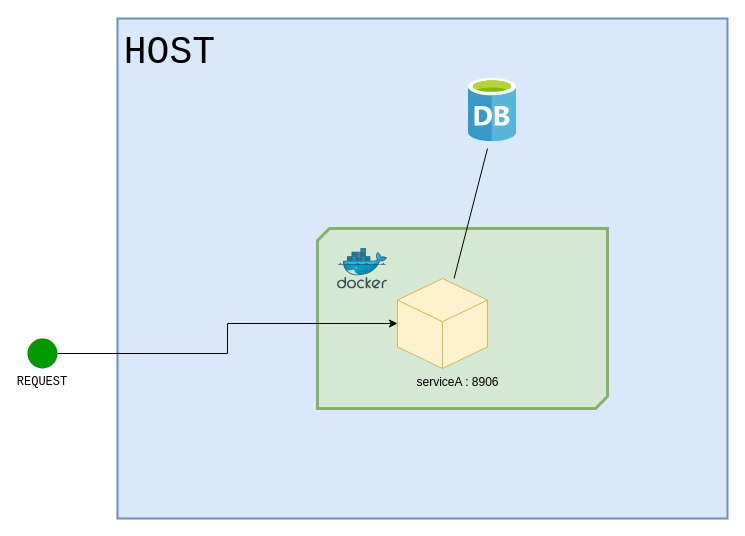
Earlier version of the draw.io diagram _dockers/dev/dev1.drawio (ezra-dalimunthe/reading-point-auth). Source tidied: cells renumbered, new cells numbered last; positions are measured from the earlier drawing's top-left corner, leaving out a move shared by most shapes. Both pictures are drawn from the tidied source at 100%, with x=0, y=0 at pixel (27, 18).
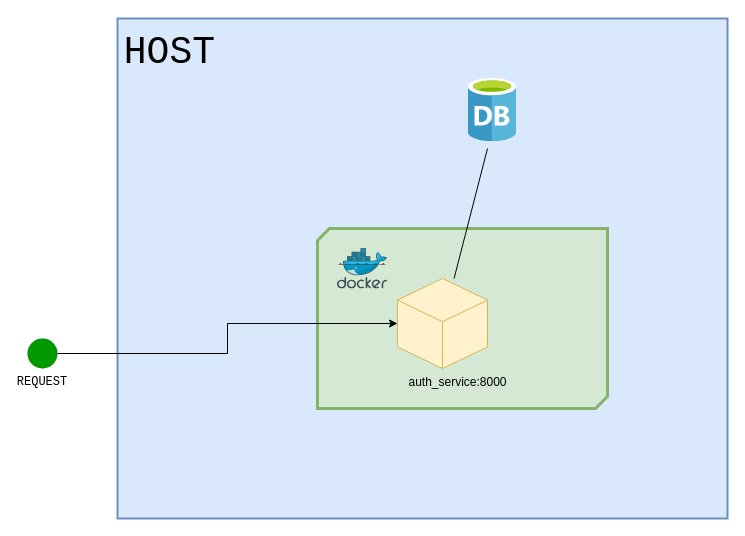
The same page after the edit.

The edit, as a diff of the source:
```diff
@@
 <mxGraphModel>
   <root>
     <mxCell id="0" />
     <mxCell id="1" parent="0" />
     <mxCell id="2" value="HOST" style="rounded=0;shadow=0;labelBackgroundColor=none;labelBorderColor=none;fillStyle=solid;strokeWidth=2;fontFamily=Courier New;fontSize=38;fillColor=#dae8fc;labelPosition=left;verticalLabelPosition=top;align=right;verticalAlign=bottom;strokeColor=#6c8ebf;whiteSpace=wrap;spacingBottom=-60;spacingLeft=0;spacingRight=-100;" parent="1" vertex="1">
       <mxGeometry x="90" width="610" height="500" as="geometry" />
     </mxCell>
     <mxCell id="3" style="verticalLabelPosition=bottom;verticalAlign=top;html=1;shape=mxgraph.basic.diag_snip_rect;dx=6;shadow=0;labelBackgroundColor=none;labelBorderColor=none;fillStyle=solid;strokeColor=#82b366;strokeWidth=3;fontFamily=Courier New;fontSize=38;fillColor=#d5e8d4;" parent="1" vertex="1">
       <mxGeometry x="290" y="210" width="290" height="180" as="geometry" />
     </mxCell>
     <mxCell id="4" style="edgeStyle=orthogonalEdgeStyle;rounded=0;jettySize=auto;html=1;" parent="1" edge="1" source="5" target="7">
       <mxGeometry relative="1" as="geometry" />
     </mxCell>
     <mxCell id="5" value="REQUEST" style="ellipse;whiteSpace=wrap;html=1;shadow=0;labelBackgroundColor=none;labelBorderColor=none;fillStyle=solid;strokeWidth=0;fontFamily=Courier New;fontSize=12;fontColor=#000000;fillColor=#009900;labelPosition=center;verticalLabelPosition=bottom;align=center;verticalAlign=top;" parent="1" vertex="1">
       <mxGeometry y="320" width="30" height="30" as="geometry" />
     </mxCell>
     <mxCell id="6" style="jettySize=auto;html=1;fontFamily=Courier New;fontSize=38;fontColor=default;endArrow=none;endFill=0;" parent="1" edge="1" source="7">
       <mxGeometry relative="1" as="geometry">
         <mxPoint x="460" y="130" as="targetPoint" />
       </mxGeometry>
     </mxCell>
-    <mxCell id="7" value="serviceA : 8906" style="shape=mxgraph.basic.isocube;isoAngle=15;labelPosition=center;verticalLabelPosition=bottom;align=center;verticalAlign=top;fillColor=#fff2cc;strokeColor=#d6b656;rounded=0;spacingRight=-31;" parent="1" vertex="1">
+    <mxCell id="7" value="auth_service:8000" style="shape=mxgraph.basic.isocube;isoAngle=15;labelPosition=center;verticalLabelPosition=bottom;align=center;verticalAlign=top;fillColor=#fff2cc;strokeColor=#d6b656;rounded=0;spacingRight=-31;" parent="1" vertex="1">
       <mxGeometry x="370" y="260" width="90" height="90" as="geometry" />
     </mxCell>
     <mxCell id="8" style="html=1;align=center;image;fontSize=12;image=img/lib/mscae/Docker.svg;shadow=0;labelBackgroundColor=none;labelBorderColor=none;fillStyle=solid;strokeColor=#000000;strokeWidth=2;fontFamily=Courier New;fontColor=default;fillColor=none;" parent="1" vertex="1">
       <mxGeometry x="310" y="229.5" width="50" height="41" as="geometry" />
     </mxCell>
     <mxCell id="9" style="html=1;align=center;image;fontSize=12;image=img/lib/mscae/Database_General.svg;" parent="1" vertex="1">
       <mxGeometry x="441" y="60" width="48" height="63.2" as="geometry" />
     </mxCell>
   </root>
 </mxGraphModel>
```
